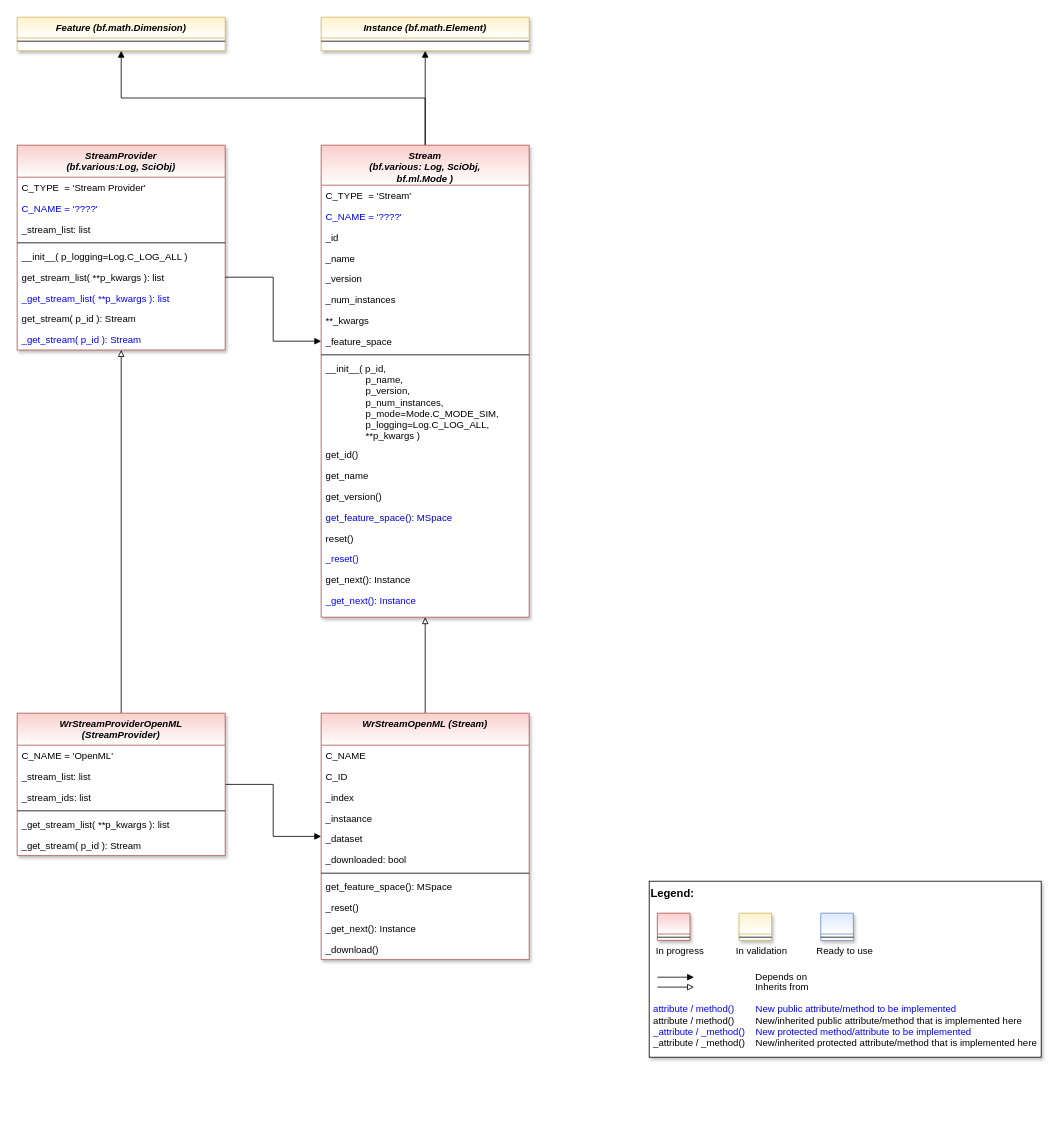
fhswf/MLPro keeps this draw.io diagram as doc/rtd/content/append2/core/images/oa/MLPro-OA-Streams_class_diagram.drawio. Above is the earlier version. Source tidied: cells renumbered, new cells numbered last; positions are measured from the earlier drawing's top-left corner, leaving out a move shared by most shapes. Both pictures are drawn from the tidied source at 80%, with x=0, y=0 at pixel (17, 17).
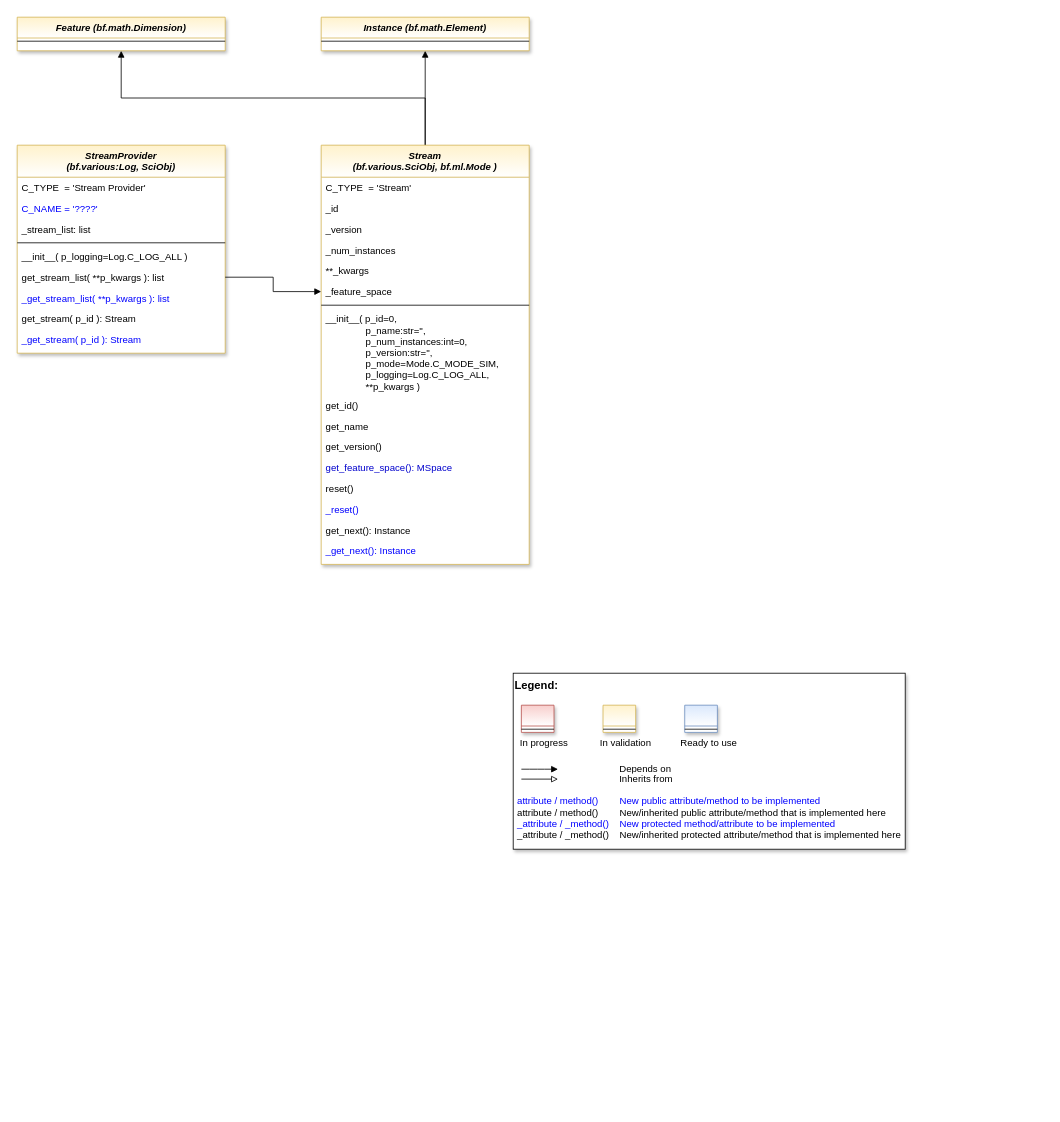
After the change.

Commit message (it also covers changes not shown here):
Revision of streams and stream providers

What changed in the source:
```diff
@@
     <mxCell id="2" style="group;" parent="1" vertex="1">
-      <mxGeometry x="790" y="1080" width="490" height="220" as="geometry" />
+      <mxGeometry x="620" y="820" width="490" height="220" as="geometry" />
     </mxCell>
@@
-    <mxCell id="14" value="Stream &#10;(bf.various: Log, SciObj,&#10;bf.ml.Mode )" style="swimlane;fontStyle=3;align=center;verticalAlign=top;horizontal=1;startSize=50;rounded=0;shadow=1;strokeWidth=1;fillColor=#f8cecc;strokeColor=#b85450;swimlaneFillColor=#ffffff;gradientColor=#ffffff;" parent="1" vertex="1">
-      <mxGeometry x="380" y="160" width="260" height="590" as="geometry" />
+    <mxCell id="14" value="Stream &#10;(bf.various.SciObj, bf.ml.Mode )" style="swimlane;fontStyle=3;align=center;verticalAlign=top;horizontal=1;startSize=40;rounded=0;shadow=1;strokeWidth=1;fillColor=#fff2cc;strokeColor=#d6b656;swimlaneFillColor=#ffffff;gradientColor=#ffffff;" parent="1" vertex="1">
+      <mxGeometry x="380" y="160" width="260" height="524" as="geometry" />
     </mxCell>
     <mxCell id="15" value="C_TYPE  = 'Stream'" style="text;align=left;verticalAlign=top;spacingLeft=4;spacingRight=4;overflow=hidden;" parent="14" vertex="1">
-      <mxGeometry y="50" width="260" height="26" as="geometry" />
+      <mxGeometry y="40" width="260" height="26" as="geometry" />
     </mxCell>
-    <mxCell id="16" value="C_NAME = '????'" style="text;align=left;verticalAlign=top;spacingLeft=4;spacingRight=4;overflow=hidden;fontColor=#0000FF;" parent="14" vertex="1">
-      <mxGeometry y="76" width="260" height="26" as="geometry" />
-    </mxCell>
     <mxCell id="17" value="_id" style="text;align=left;verticalAlign=top;spacingLeft=4;spacingRight=4;overflow=hidden;" parent="14" vertex="1">
-      <mxGeometry y="102" width="260" height="26" as="geometry" />
+      <mxGeometry y="66" width="260" height="26" as="geometry" />
     </mxCell>
-    <mxCell id="18" value="_name" style="text;align=left;verticalAlign=top;spacingLeft=4;spacingRight=4;overflow=hidden;" parent="14" vertex="1">
-      <mxGeometry y="128" width="260" height="26" as="geometry" />
-    </mxCell>
     <mxCell id="19" value="_version" style="text;align=left;verticalAlign=top;spacingLeft=4;spacingRight=4;overflow=hidden;" parent="14" vertex="1">
-      <mxGeometry y="154" width="260" height="26" as="geometry" />
+      <mxGeometry y="92" width="260" height="26" as="geometry" />
     </mxCell>
     <mxCell id="20" value="_num_instances" style="text;align=left;verticalAlign=top;spacingLeft=4;spacingRight=4;overflow=hidden;" parent="14" vertex="1">
-      <mxGeometry y="180" width="260" height="26" as="geometry" />
+      <mxGeometry y="118" width="260" height="26" as="geometry" />
     </mxCell>
     <mxCell id="21" value="**_kwargs" style="text;align=left;verticalAlign=top;spacingLeft=4;spacingRight=4;overflow=hidden;" parent="14" vertex="1">
-      <mxGeometry y="206" width="260" height="26" as="geometry" />
+      <mxGeometry y="144" width="260" height="26" as="geometry" />
     </mxCell>
     <mxCell id="22" value="_feature_space" style="text;align=left;verticalAlign=top;spacingLeft=4;spacingRight=4;overflow=hidden;points=[[0,0.5],[1,0.5]];portConstraint=eastwest;" parent="14" vertex="1">
-      <mxGeometry y="232" width="260" height="26" as="geometry" />
+      <mxGeometry y="170" width="260" height="26" as="geometry" />
     </mxCell>
     <mxCell id="23" style="line;html=1;strokeWidth=1;align=left;verticalAlign=middle;spacingTop=-1;spacingLeft=3;spacingRight=3;labelPosition=right;" parent="14" vertex="1">
-      <mxGeometry y="258" width="260" height="8" as="geometry" />
+      <mxGeometry y="196" width="260" height="8" as="geometry" />
     </mxCell>
-    <mxCell id="24" value="__init__( p_id,&#10;               p_name,&#10;               p_version,&#10;               p_num_instances,&#10;               p_mode=Mode.C_MODE_SIM,&#10;               p_logging=Log.C_LOG_ALL,&#10;               **p_kwargs )" style="text;align=left;verticalAlign=top;spacingLeft=4;spacingRight=4;overflow=hidden;" parent="14" vertex="1">
-      <mxGeometry y="266" width="260" height="108" as="geometry" />
+    <mxCell id="24" value="__init__( p_id=0,&#10;               p_name:str='',&#10;               p_num_instances:int=0,&#10;               p_version:str='',&#10;               p_mode=Mode.C_MODE_SIM,&#10;               p_logging=Log.C_LOG_ALL,&#10;               **p_kwargs )" style="text;align=left;verticalAlign=top;spacingLeft=4;spacingRight=4;overflow=hidden;" parent="14" vertex="1">
+      <mxGeometry y="204" width="260" height="108" as="geometry" />
     </mxCell>
     <mxCell id="25" value="get_id()" style="text;align=left;verticalAlign=top;spacingLeft=4;spacingRight=4;overflow=hidden;" parent="14" vertex="1">
-      <mxGeometry y="374" width="260" height="26" as="geometry" />
+      <mxGeometry y="312" width="260" height="26" as="geometry" />
     </mxCell>
     <mxCell id="26" value="get_name" style="text;align=left;verticalAlign=top;spacingLeft=4;spacingRight=4;overflow=hidden;" parent="14" vertex="1">
-      <mxGeometry y="400" width="260" height="26" as="geometry" />
+      <mxGeometry y="338" width="260" height="26" as="geometry" />
     </mxCell>
     <mxCell id="27" value="get_version()" style="text;align=left;verticalAlign=top;spacingLeft=4;spacingRight=4;overflow=hidden;" parent="14" vertex="1">
-      <mxGeometry y="426" width="260" height="26" as="geometry" />
+      <mxGeometry y="364" width="260" height="26" as="geometry" />
     </mxCell>
     <mxCell id="28" value="get_feature_space(): MSpace" style="text;align=left;verticalAlign=top;spacingLeft=4;spacingRight=4;overflow=hidden;fontColor=#0000CC;" parent="14" vertex="1">
-      <mxGeometry y="452" width="260" height="26" as="geometry" />
+      <mxGeometry y="390" width="260" height="26" as="geometry" />
     </mxCell>
     <mxCell id="29" value="reset()" style="text;align=left;verticalAlign=top;spacingLeft=4;spacingRight=4;overflow=hidden;" parent="14" vertex="1">
-      <mxGeometry y="478" width="260" height="26" as="geometry" />
+      <mxGeometry y="416" width="260" height="26" as="geometry" />
     </mxCell>
     <mxCell id="30" value="_reset()" style="text;align=left;verticalAlign=top;spacingLeft=4;spacingRight=4;overflow=hidden;fontColor=#0000FF;" parent="14" vertex="1">
-      <mxGeometry y="504" width="260" height="26" as="geometry" />
+      <mxGeometry y="442" width="260" height="26" as="geometry" />
     </mxCell>
     <mxCell id="31" value="get_next(): Instance" style="text;align=left;verticalAlign=top;spacingLeft=4;spacingRight=4;overflow=hidden;" parent="14" vertex="1">
-      <mxGeometry y="530" width="260" height="26" as="geometry" />
+      <mxGeometry y="468" width="260" height="26" as="geometry" />
     </mxCell>
     <mxCell id="32" value="_get_next(): Instance" style="text;align=left;verticalAlign=top;spacingLeft=4;spacingRight=4;overflow=hidden;fontColor=#0000FF;" parent="14" vertex="1">
-      <mxGeometry y="556" width="260" height="26" as="geometry" />
+      <mxGeometry y="494" width="260" height="26" as="geometry" />
     </mxCell>
@@
-    <mxCell id="37" value="StreamProvider &#10;(bf.various:Log, SciObj)" style="swimlane;fontStyle=3;align=center;verticalAlign=top;horizontal=1;startSize=40;rounded=0;shadow=1;strokeWidth=1;fillColor=#f8cecc;strokeColor=#b85450;swimlaneFillColor=#ffffff;gradientColor=#ffffff;" parent="1" vertex="1">
-      <mxGeometry y="160" width="260" height="256" as="geometry" />
+    <mxCell id="37" value="StreamProvider &#10;(bf.various:Log, SciObj)" style="swimlane;fontStyle=3;align=center;verticalAlign=top;horizontal=1;startSize=40;rounded=0;shadow=1;strokeWidth=1;fillColor=#fff2cc;strokeColor=#d6b656;swimlaneFillColor=#ffffff;gradientColor=#ffffff;" parent="1" vertex="1">
+      <mxGeometry y="160" width="260" height="260" as="geometry" />
     </mxCell>
@@
-    <mxCell id="48" style="edgeStyle=orthogonalEdgeStyle;rounded=0;jettySize=auto;html=1;fontColor=default;endArrow=block;endFill=0;" parent="1" edge="1" source="50" target="37">
-      <mxGeometry relative="1" as="geometry" />
-    </mxCell>
-    <mxCell id="49" style="edgeStyle=orthogonalEdgeStyle;rounded=0;jettySize=auto;html=1;fontColor=default;endArrow=block;endFill=1;" parent="1" edge="1" source="50" target="58">
-      <mxGeometry relative="1" as="geometry" />
-    </mxCell>
-    <mxCell id="50" value="WrStreamProviderOpenML&#10;(StreamProvider)" style="swimlane;fontStyle=3;align=center;verticalAlign=top;horizontal=1;startSize=40;rounded=0;shadow=1;strokeWidth=1;fillColor=#f8cecc;strokeColor=#b85450;swimlaneFillColor=#ffffff;gradientColor=#ffffff;" parent="1" vertex="1">
-      <mxGeometry y="870" width="260" height="178" as="geometry" />
-    </mxCell>
-    <mxCell id="51" value="C_NAME = 'OpenML'" style="text;align=left;verticalAlign=top;spacingLeft=4;spacingRight=4;overflow=hidden;fontColor=default;" parent="50" vertex="1">
-      <mxGeometry y="40" width="260" height="26" as="geometry" />
-    </mxCell>
-    <mxCell id="52" value="_stream_list: list" style="text;align=left;verticalAlign=top;spacingLeft=4;spacingRight=4;overflow=hidden;fontColor=default;" parent="50" vertex="1">
-      <mxGeometry y="66" width="260" height="26" as="geometry" />
-    </mxCell>
-    <mxCell id="53" value="_stream_ids: list" style="text;align=left;verticalAlign=top;spacingLeft=4;spacingRight=4;overflow=hidden;fontColor=default;" parent="50" vertex="1">
-      <mxGeometry y="92" width="260" height="26" as="geometry" />
-    </mxCell>
-    <mxCell id="54" style="line;html=1;strokeWidth=1;align=left;verticalAlign=middle;spacingTop=-1;spacingLeft=3;spacingRight=3;labelPosition=right;" parent="50" vertex="1">
-      <mxGeometry y="118" width="260" height="8" as="geometry" />
-    </mxCell>
-    <mxCell id="55" value="_get_stream_list( **p_kwargs ): list" style="text;align=left;verticalAlign=top;spacingLeft=4;spacingRight=4;overflow=hidden;fontColor=default;" parent="50" vertex="1">
-      <mxGeometry y="126" width="260" height="26" as="geometry" />
-    </mxCell>
-    <mxCell id="56" value="_get_stream( p_id ): Stream " style="text;align=left;verticalAlign=top;spacingLeft=4;spacingRight=4;overflow=hidden;fontColor=default;" parent="50" vertex="1">
-      <mxGeometry y="152" width="260" height="26" as="geometry" />
-    </mxCell>
-    <mxCell id="57" style="edgeStyle=orthogonalEdgeStyle;rounded=0;jettySize=auto;html=1;fontColor=default;endArrow=block;endFill=0;entryX=0.5;entryY=1;entryDx=0;entryDy=0;" parent="1" edge="1" source="58" target="14">
-      <mxGeometry relative="1" as="geometry" />
-    </mxCell>
-    <mxCell id="58" value="WrStreamOpenML (Stream)" style="swimlane;fontStyle=3;align=center;verticalAlign=top;horizontal=1;startSize=40;rounded=0;shadow=1;strokeWidth=1;fillColor=#f8cecc;strokeColor=#b85450;swimlaneFillColor=#ffffff;gradientColor=#ffffff;" parent="1" vertex="1">
-      <mxGeometry x="380" y="870" width="260" height="308" as="geometry" />
-    </mxCell>
-    <mxCell id="59" value="C_NAME " style="text;align=left;verticalAlign=top;spacingLeft=4;spacingRight=4;overflow=hidden;fontColor=default;" parent="58" vertex="1">
-      <mxGeometry y="40" width="260" height="26" as="geometry" />
-    </mxCell>
-    <mxCell id="60" value="C_ID" style="text;align=left;verticalAlign=top;spacingLeft=4;spacingRight=4;overflow=hidden;fontColor=default;" parent="58" vertex="1">
-      <mxGeometry y="66" width="260" height="26" as="geometry" />
-    </mxCell>
-    <mxCell id="61" value="_index" style="text;align=left;verticalAlign=top;spacingLeft=4;spacingRight=4;overflow=hidden;fontColor=default;" parent="58" vertex="1">
-      <mxGeometry y="92" width="260" height="26" as="geometry" />
-    </mxCell>
-    <mxCell id="62" value="_instaance" style="text;align=left;verticalAlign=top;spacingLeft=4;spacingRight=4;overflow=hidden;fontColor=default;" parent="58" vertex="1">
-      <mxGeometry y="118" width="260" height="26" as="geometry" />
-    </mxCell>
-    <mxCell id="63" value="_dataset" style="text;align=left;verticalAlign=top;spacingLeft=4;spacingRight=4;overflow=hidden;fontColor=default;" parent="58" vertex="1">
-      <mxGeometry y="144" width="260" height="26" as="geometry" />
-    </mxCell>
-    <mxCell id="64" value="_downloaded: bool" style="text;align=left;verticalAlign=top;spacingLeft=4;spacingRight=4;overflow=hidden;fontColor=default;" parent="58" vertex="1">
-      <mxGeometry y="170" width="260" height="26" as="geometry" />
-    </mxCell>
-    <mxCell id="65" style="line;html=1;strokeWidth=1;align=left;verticalAlign=middle;spacingTop=-1;spacingLeft=3;spacingRight=3;labelPosition=right;" parent="58" vertex="1">
-      <mxGeometry y="196" width="260" height="8" as="geometry" />
-    </mxCell>
-    <mxCell id="66" value="get_feature_space(): MSpace" style="text;align=left;verticalAlign=top;spacingLeft=4;spacingRight=4;overflow=hidden;fontColor=default;" parent="58" vertex="1">
-      <mxGeometry y="204" width="260" height="26" as="geometry" />
-    </mxCell>
-    <mxCell id="67" value="_reset()" style="text;align=left;verticalAlign=top;spacingLeft=4;spacingRight=4;overflow=hidden;fontColor=default;" parent="58" vertex="1">
-      <mxGeometry y="230" width="260" height="26" as="geometry" />
-    </mxCell>
-    <mxCell id="68" value="_get_next(): Instance" style="text;align=left;verticalAlign=top;spacingLeft=4;spacingRight=4;overflow=hidden;fontColor=default;" parent="58" vertex="1">
-      <mxGeometry y="256" width="260" height="26" as="geometry" />
-    </mxCell>
-    <mxCell id="69" value="_download()" style="text;align=left;verticalAlign=top;spacingLeft=4;spacingRight=4;overflow=hidden;fontColor=default;" parent="58" vertex="1">
-      <mxGeometry y="282" width="260" height="26" as="geometry" />
-    </mxCell>
```
